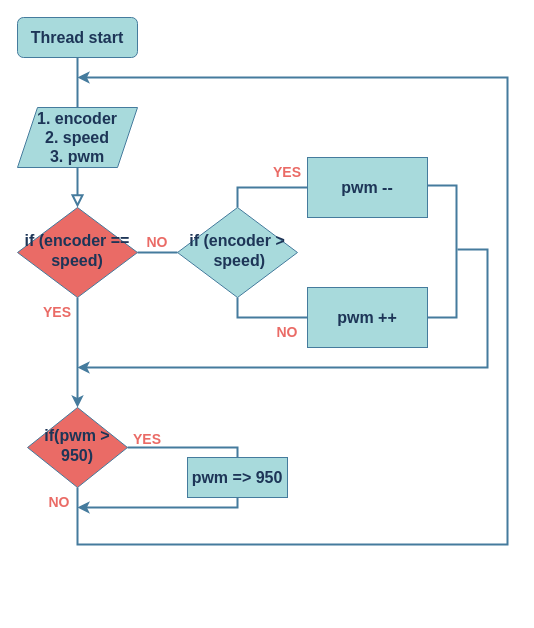
tubtrbE/stm32_RTOS keeps this draw.io diagram as constantSpeed.drawio. Above is the earlier version. Source tidied: cells renumbered, new cells numbered last; positions are measured from the earlier drawing's top-left corner, leaving out a move shared by most shapes. Both pictures are drawn from the tidied source at 100%, with x=0, y=0 at pixel (17, 17).
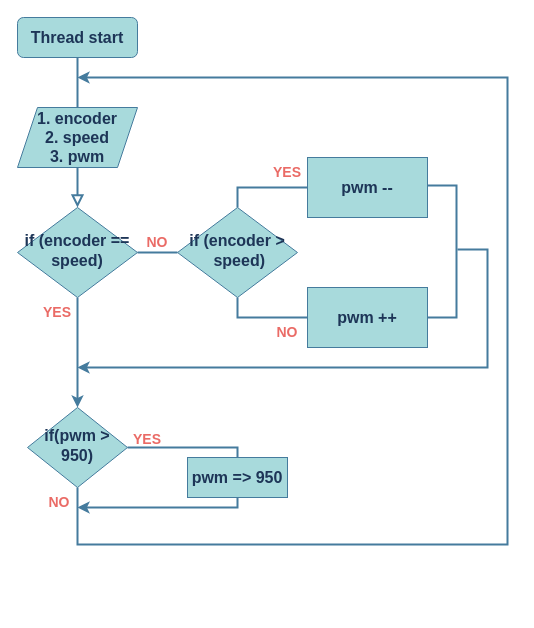
The same diagram, later.

What changed in the source:
```diff
@@
-    <mxCell id="5" value="if (encoder == speed)" style="rhombus;whiteSpace=wrap;html=1;shadow=0;fontFamily=Helvetica;fontSize=16;align=center;strokeWidth=1;spacing=6;spacingTop=-4;fillColor=#EA6B66;strokeColor=#457B9D;fontColor=#1D3557;fontStyle=1;" parent="1" vertex="1">
+    <mxCell id="5" value="if (encoder == speed)" style="rhombus;whiteSpace=wrap;html=1;shadow=0;fontFamily=Helvetica;fontSize=16;align=center;strokeWidth=1;spacing=6;spacingTop=-4;fillColor=#A8DADC;strokeColor=#457B9D;fontColor=#1D3557;fontStyle=1;" parent="1" vertex="1">
       <mxGeometry y="190" width="120" height="90" as="geometry" />
     </mxCell>
@@
-    <mxCell id="7" value="if(pwm &amp;gt; 950)" style="rhombus;whiteSpace=wrap;html=1;shadow=0;fontFamily=Helvetica;fontSize=16;align=center;strokeWidth=1;spacing=6;spacingTop=-4;fillColor=#EA6B66;strokeColor=#457B9D;fontColor=#1D3557;fontStyle=1;" parent="1" vertex="1">
+    <mxCell id="7" value="if(pwm &amp;gt; 950)" style="rhombus;whiteSpace=wrap;html=1;shadow=0;fontFamily=Helvetica;fontSize=16;align=center;strokeWidth=1;spacing=6;spacingTop=-4;fillColor=#A8DADC;strokeColor=#457B9D;fontColor=#1D3557;fontStyle=1;" parent="1" vertex="1">
       <mxGeometry x="10" y="390" width="100" height="80" as="geometry" />
     </mxCell>
```
